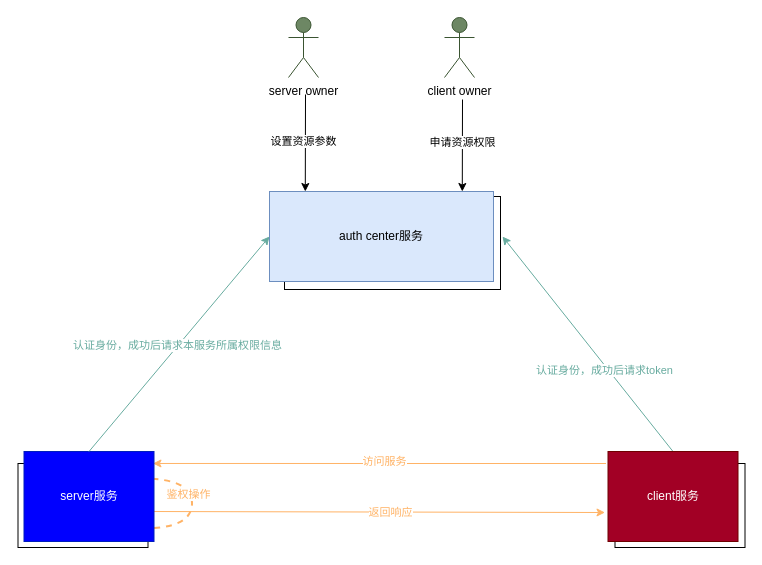
This is 鉴权中心一期.drawio from gitcodeporter/draw-uml, a draw.io file, before an edit. Source tidied: cells renumbered, new cells numbered last; positions are measured from the earlier drawing's top-left corner, leaving out a move shared by most shapes. Both pictures are drawn from the tidied source at 100%, with x=0, y=0 at pixel (17, 17).
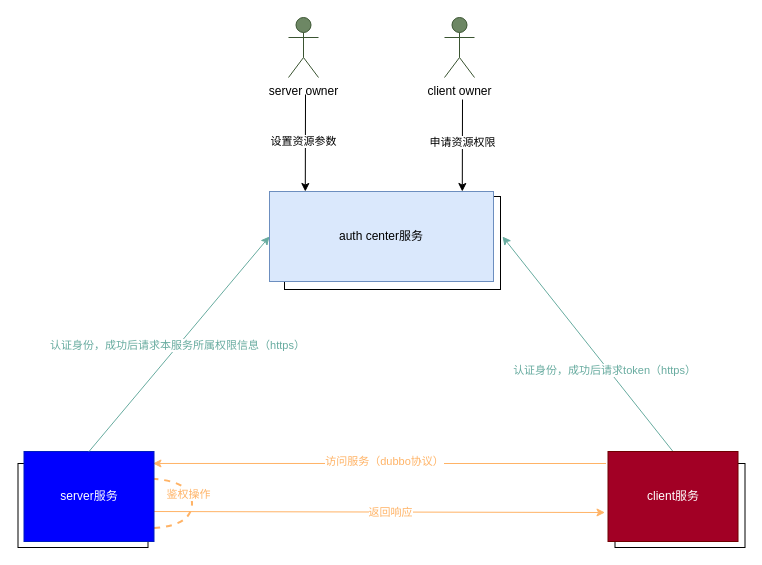
The same diagram, later.

Commit message:
更新鉴权中心一期.drawio

The change refers to these unchanged cells:
```xml
<mxCell id="5" value="auth center服务" style="rounded=0;whiteSpace=wrap;html=1;fillColor=#dae8fc;strokeColor=#6c8ebf;" parent="1" vertex="1">
  <mxGeometry x="252" y="174" width="224" height="90" as="geometry" />
</mxCell>
<mxCell id="6" style="edgeStyle=none;rounded=0;jettySize=auto;html=1;entryX=0.992;entryY=0.133;entryDx=0;entryDy=0;entryPerimeter=0;strokeColor=#FFB366;" parent="1" edge="1" target="15">
  <mxGeometry relative="1" as="geometry">
    <mxPoint x="588.5" y="446" as="sourcePoint" />
    <Array as="points">
      <mxPoint x="398.5" y="446" />
    </Array>
  </mxGeometry>
</mxCell>
<mxCell id="8" style="edgeStyle=none;rounded=0;jettySize=auto;html=1;fontColor=#000000;startArrow=none;startFill=0;strokeColor=#67AB9F;strokeWidth=1;exitX=0.5;exitY=0;exitDx=0;exitDy=0;" parent="1" edge="1" source="10">
  <mxGeometry relative="1" as="geometry">
    <mxPoint x="485" y="219" as="targetPoint" />
  </mxGeometry>
</mxCell>
<mxCell id="15" value="server服务" style="rounded=0;whiteSpace=wrap;html=1;fillColor=#0000FF;strokeColor=#001DBC;fontColor=#ffffff;" parent="1" vertex="1">
  <mxGeometry x="6.5" y="434" width="130" height="90" as="geometry" />
</mxCell>
```

What changed in the source:
```diff
@@
-    <mxCell id="7" value="&lt;font color=&quot;#ffb366&quot;&gt;访问服务&lt;/font&gt;" style="edgeLabel;html=1;align=center;verticalAlign=middle;fontColor=#A20025;" parent="6" vertex="1">
+    <mxCell id="7" value="&lt;font color=&quot;#ffb366&quot;&gt;访问服务（dubbo协议）&lt;/font&gt;" style="edgeLabel;html=1;align=center;verticalAlign=middle;fontColor=#A20025;" parent="6" vertex="1">
       <mxGeometry x="0.14" relative="1" as="geometry">
         <mxPoint x="36" y="-2" as="offset" />
       </mxGeometry>
     </mxCell>
@@
-    <mxCell id="9" value="&lt;font color=&quot;#67ab9f&quot;&gt;认证身份，成功后请求token&lt;/font&gt;" style="edgeLabel;html=1;align=center;verticalAlign=middle;fontColor=#000000;" parent="8" vertex="1">
+    <mxCell id="9" value="&lt;font color=&quot;#67ab9f&quot;&gt;认证身份，成功后请求token（https）&lt;/font&gt;" style="edgeLabel;html=1;align=center;verticalAlign=middle;fontColor=#000000;" parent="8" vertex="1">
       <mxGeometry x="0.08" relative="1" as="geometry">
         <mxPoint x="23" y="34" as="offset" />
       </mxGeometry>
     </mxCell>
@@
-    <mxCell id="22" value="&lt;font color=&quot;#67ab9f&quot;&gt;认证身份，成功后请求本服务所属权限信息&lt;/font&gt;" style="edgeStyle=none;rounded=0;jettySize=auto;html=1;exitX=0.5;exitY=0;exitDx=0;exitDy=0;entryX=0;entryY=0.5;entryDx=0;entryDy=0;strokeColor=#67AB9F;startArrow=none;startFill=0;" parent="1" edge="1" source="15" target="5">
+    <mxCell id="22" value="&lt;font color=&quot;#67ab9f&quot;&gt;认证身份，成功后请求本服务所属权限信息（https）&lt;/font&gt;" style="edgeStyle=none;rounded=0;jettySize=auto;html=1;exitX=0.5;exitY=0;exitDx=0;exitDy=0;entryX=0;entryY=0.5;entryDx=0;entryDy=0;strokeColor=#67AB9F;startArrow=none;startFill=0;" parent="1" edge="1" source="15" target="5">
       <mxGeometry x="-0.02" relative="1" as="geometry" />
     </mxCell>
```
